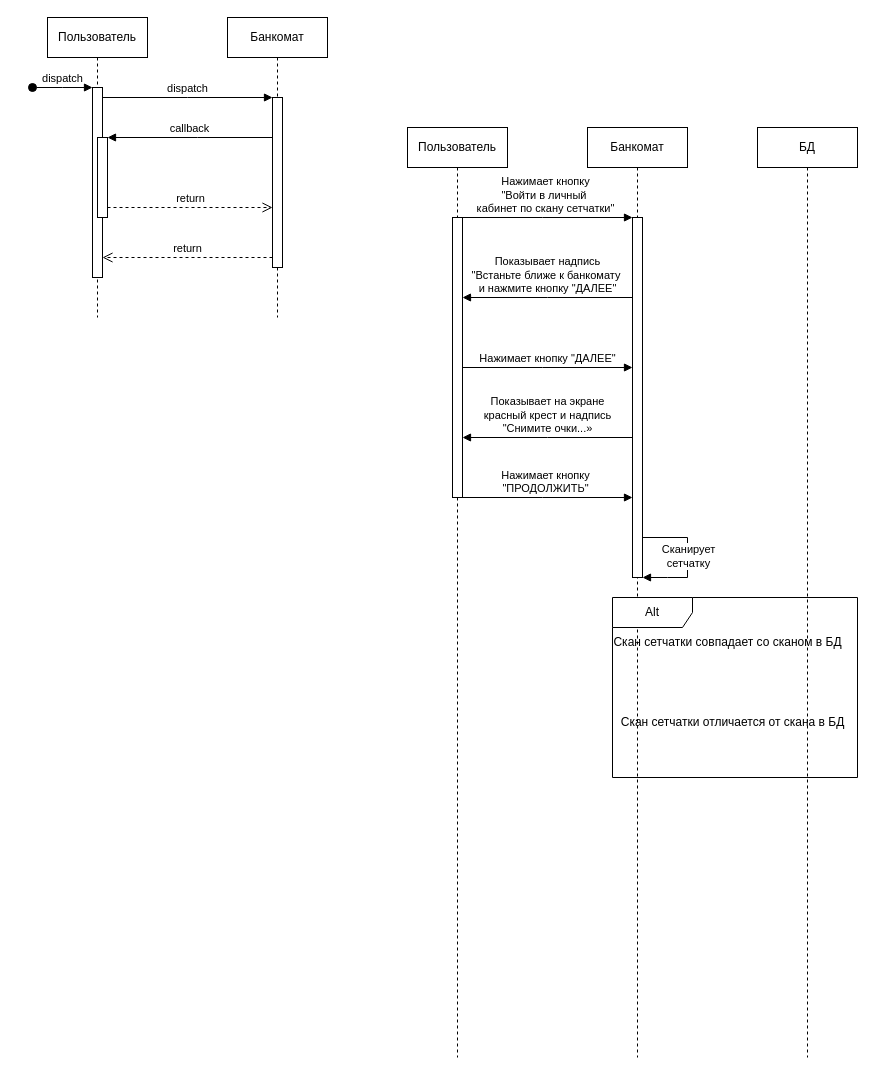
Before: Диаграмма без названия.drawio in Mvsia/datalearn, a draw.io diagram. Source tidied: cells renumbered, new cells numbered last; positions are measured from the earlier drawing's top-left corner, leaving out a move shared by most shapes. Both pictures are drawn from the tidied source at 100%, with x=0, y=0 at pixel (32, 17).
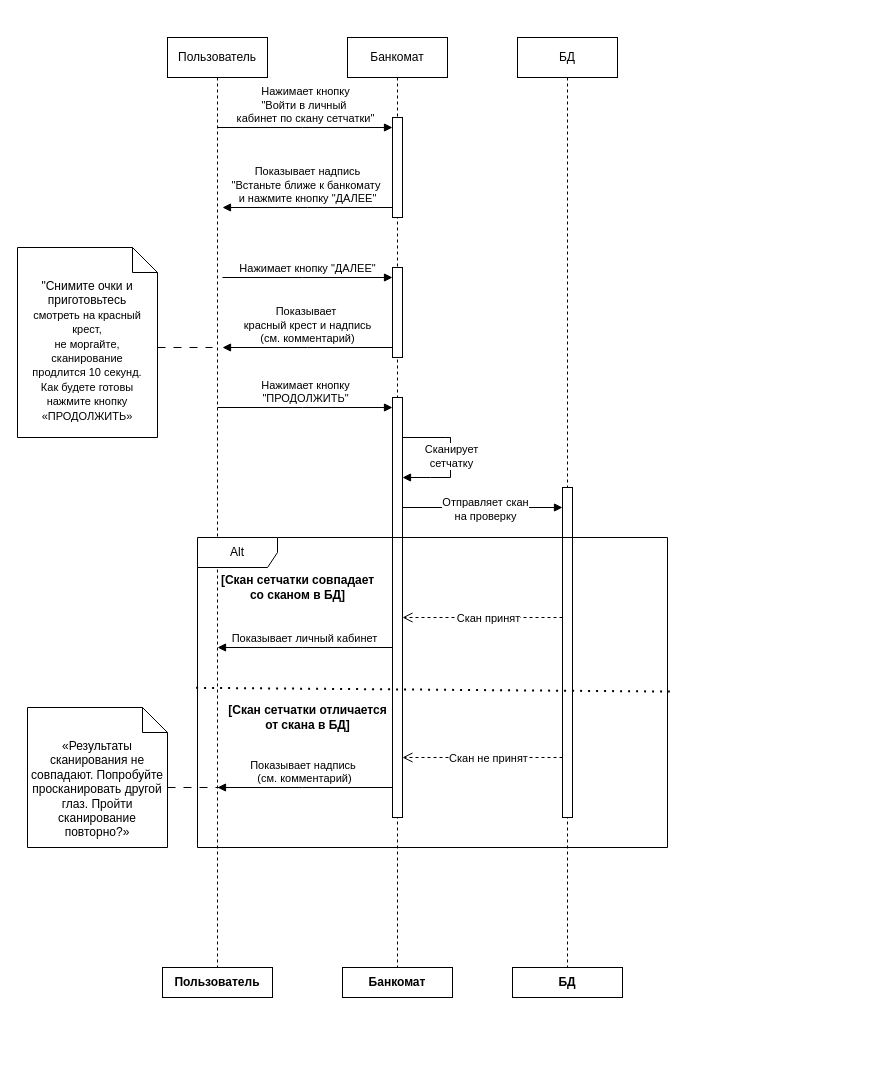
The same page after the edit.

What changed in the source:
```diff
@@
-    <mxCell id="2" value="Пользователь" style="shape=umlLifeline;perimeter=lifelinePerimeter;whiteSpace=wrap;html=1;newEdgeStyle={&quot;edgeStyle&quot;:&quot;elbowEdgeStyle&quot;,&quot;elbow&quot;:&quot;vertical&quot;,&quot;curved&quot;:0,&quot;rounded&quot;:0};" parent="1" vertex="1">
-      <mxGeometry x="15" width="100" height="300" as="geometry" />
-    </mxCell>
-    <mxCell id="3" style="html=1;points=[];perimeter=orthogonalPerimeter;outlineConnect=0;targetShapes=umlLifeline;portConstraint=eastwest;newEdgeStyle={&quot;edgeStyle&quot;:&quot;elbowEdgeStyle&quot;,&quot;elbow&quot;:&quot;vertical&quot;,&quot;curved&quot;:0,&quot;rounded&quot;:0};" parent="2" vertex="1">
-      <mxGeometry x="45" y="70" width="10" height="190" as="geometry" />
-    </mxCell>
-    <mxCell id="4" value="dispatch" style="html=1;verticalAlign=bottom;startArrow=oval;endArrow=block;startSize=8;edgeStyle=elbowEdgeStyle;elbow=vertical;curved=0;rounded=0;" parent="2" edge="1" target="3">
-      <mxGeometry relative="1" as="geometry">
-        <mxPoint x="-15" y="70" as="sourcePoint" />
-      </mxGeometry>
-    </mxCell>
-    <mxCell id="5" style="html=1;points=[];perimeter=orthogonalPerimeter;outlineConnect=0;targetShapes=umlLifeline;portConstraint=eastwest;newEdgeStyle={&quot;edgeStyle&quot;:&quot;elbowEdgeStyle&quot;,&quot;elbow&quot;:&quot;vertical&quot;,&quot;curved&quot;:0,&quot;rounded&quot;:0};" parent="2" vertex="1">
-      <mxGeometry x="50" y="120" width="10" height="80" as="geometry" />
-    </mxCell>
-    <mxCell id="6" value="Банкомат" style="shape=umlLifeline;perimeter=lifelinePerimeter;whiteSpace=wrap;html=1;newEdgeStyle={&quot;edgeStyle&quot;:&quot;elbowEdgeStyle&quot;,&quot;elbow&quot;:&quot;vertical&quot;,&quot;curved&quot;:0,&quot;rounded&quot;:0};" parent="1" vertex="1">
-      <mxGeometry x="195" width="100" height="300" as="geometry" />
-    </mxCell>
-    <mxCell id="7" style="html=1;points=[];perimeter=orthogonalPerimeter;outlineConnect=0;targetShapes=umlLifeline;portConstraint=eastwest;newEdgeStyle={&quot;edgeStyle&quot;:&quot;elbowEdgeStyle&quot;,&quot;elbow&quot;:&quot;vertical&quot;,&quot;curved&quot;:0,&quot;rounded&quot;:0};" parent="6" vertex="1">
-      <mxGeometry x="45" y="80" width="10" height="170" as="geometry" />
-    </mxCell>
-    <mxCell id="8" value="dispatch" style="html=1;verticalAlign=bottom;endArrow=block;edgeStyle=elbowEdgeStyle;elbow=vertical;curved=0;rounded=0;" parent="1" edge="1" source="3" target="7">
-      <mxGeometry relative="1" as="geometry">
-        <Array as="points">
-          <mxPoint x="155" y="80" />
-        </Array>
-      </mxGeometry>
-    </mxCell>
-    <mxCell id="9" value="return" style="html=1;verticalAlign=bottom;endArrow=open;dashed=1;endSize=8;edgeStyle=elbowEdgeStyle;elbow=vertical;curved=0;rounded=0;" parent="1" edge="1" source="7" target="3">
-      <mxGeometry relative="1" as="geometry">
-        <Array as="points">
-          <mxPoint x="165" y="240" />
-        </Array>
-      </mxGeometry>
-    </mxCell>
-    <mxCell id="10" value="callback" style="html=1;verticalAlign=bottom;endArrow=block;edgeStyle=elbowEdgeStyle;elbow=vertical;curved=0;rounded=0;" parent="1" edge="1" source="7" target="5">
-      <mxGeometry relative="1" as="geometry">
-        <Array as="points">
-          <mxPoint x="165" y="120" />
-        </Array>
-      </mxGeometry>
-    </mxCell>
-    <mxCell id="11" value="return" style="html=1;verticalAlign=bottom;endArrow=open;dashed=1;endSize=8;edgeStyle=elbowEdgeStyle;elbow=vertical;curved=0;rounded=0;" parent="1" edge="1" source="5" target="7">
-      <mxGeometry relative="1" as="geometry">
-        <Array as="points">
-          <mxPoint x="155" y="190" />
-        </Array>
-      </mxGeometry>
-    </mxCell>
     <mxCell id="12" value="Пользователь" style="shape=umlLifeline;perimeter=lifelinePerimeter;whiteSpace=wrap;html=1;newEdgeStyle={&quot;edgeStyle&quot;:&quot;elbowEdgeStyle&quot;,&quot;elbow&quot;:&quot;vertical&quot;,&quot;curved&quot;:0,&quot;rounded&quot;:0};" parent="1" vertex="1">
-      <mxGeometry x="375" y="110" width="100" height="930" as="geometry" />
+      <mxGeometry x="135" y="20" width="100" height="930" as="geometry" />
     </mxCell>
-    <mxCell id="13" style="html=1;points=[[0,0,0,0,5],[0,1,0,0,-5],[1,0,0,0,5],[1,1,0,0,-5]];perimeter=orthogonalPerimeter;outlineConnect=0;targetShapes=umlLifeline;portConstraint=eastwest;newEdgeStyle={&quot;curved&quot;:0,&quot;rounded&quot;:0};" parent="12" vertex="1">
-      <mxGeometry x="45" y="90" width="10" height="280" as="geometry" />
-    </mxCell>
     <mxCell id="14" value="Банкомат" style="shape=umlLifeline;perimeter=lifelinePerimeter;whiteSpace=wrap;html=1;newEdgeStyle={&quot;edgeStyle&quot;:&quot;elbowEdgeStyle&quot;,&quot;elbow&quot;:&quot;vertical&quot;,&quot;curved&quot;:0,&quot;rounded&quot;:0};" parent="1" vertex="1">
-      <mxGeometry x="555" y="110" width="100" height="930" as="geometry" />
+      <mxGeometry x="315" y="20" width="100" height="930" as="geometry" />
     </mxCell>
-    <mxCell id="15" style="html=1;points=[[0,0,0,0,5],[0,1,0,0,-5],[1,0,0,0,5],[1,1,0,0,-5]];perimeter=orthogonalPerimeter;outlineConnect=0;targetShapes=umlLifeline;portConstraint=eastwest;newEdgeStyle={&quot;curved&quot;:0,&quot;rounded&quot;:0};" parent="14" vertex="1">
-      <mxGeometry x="45" y="90" width="10" height="360" as="geometry" />
-    </mxCell>
+    <mxCell id="28" style="html=1;perimeter=orthogonalPerimeter;targetShapes=umlLifeline;newEdgeStyle={&quot;curved&quot;:0,&quot;rounded&quot;:0};" parent="14" vertex="1">
+      <mxGeometry x="45" y="80" width="10" height="100" as="geometry" />
+    </mxCell>
+    <mxCell id="29" style="html=1;perimeter=orthogonalPerimeter;targetShapes=umlLifeline;newEdgeStyle={&quot;curved&quot;:0,&quot;rounded&quot;:0};" parent="14" vertex="1">
+      <mxGeometry x="45" y="230" width="10" height="90" as="geometry" />
+    </mxCell>
+    <mxCell id="30" style="html=1;points=[[0,0,0,0,5],[0,1,0,0,-5],[1,0,0,0,5],[1,1,0,0,-5]];perimeter=orthogonalPerimeter;outlineConnect=0;targetShapes=umlLifeline;portConstraint=eastwest;newEdgeStyle={&quot;curved&quot;:0,&quot;rounded&quot;:0};" parent="14" vertex="1">
+      <mxGeometry x="45" y="360" width="10" height="420" as="geometry" />
+    </mxCell>
-    <mxCell id="16" value="Нажимает кнопку&lt;br&gt;&quot;Войти в личный&amp;nbsp;&lt;br&gt;кабинет по скану сетчатки&quot;" style="html=1;verticalAlign=bottom;endArrow=block;edgeStyle=elbowEdgeStyle;elbow=vertical;curved=0;rounded=0;" parent="1" edge="1" target="15">
+    <mxCell id="16" value="Нажимает кнопку&lt;br&gt;&quot;Войти в личный&amp;nbsp;&lt;br&gt;кабинет по скану сетчатки&quot;" style="html=1;verticalAlign=bottom;endArrow=block;edgeStyle=elbowEdgeStyle;elbow=vertical;curved=0;rounded=0;" parent="1" edge="1">
       <mxGeometry relative="1" as="geometry">
-        <mxPoint x="425" y="200" as="sourcePoint" />
+        <mxPoint x="185" y="110" as="sourcePoint" />
+        <mxPoint x="360" y="110" as="targetPoint" />
         <Array as="points">
-          <mxPoint x="510" y="200" />
+          <mxPoint x="270" y="110" />
         </Array>
       </mxGeometry>
     </mxCell>
-    <mxCell id="17" value="Показывает надпись&lt;br&gt;&quot;Встаньте ближе к банкомату&amp;nbsp;&lt;br&gt;и нажмите кнопку &quot;ДАЛЕЕ&quot;" style="html=1;verticalAlign=bottom;endArrow=block;edgeStyle=elbowEdgeStyle;elbow=vertical;curved=0;rounded=0;" parent="1" edge="1" source="15" target="13">
+    <mxCell id="17" value="Показывает надпись&lt;br&gt;&quot;Встаньте ближе к банкомату&amp;nbsp;&lt;br&gt;и нажмите кнопку &quot;ДАЛЕЕ&quot;" style="html=1;verticalAlign=bottom;endArrow=block;edgeStyle=elbowEdgeStyle;elbow=vertical;curved=0;rounded=0;" parent="1" edge="1">
       <mxGeometry relative="1" as="geometry">
+        <mxPoint x="360" y="190" as="sourcePoint" />
+        <mxPoint x="190" y="190" as="targetPoint" />
         <Array as="points">
-          <mxPoint x="515" y="280" />
+          <mxPoint x="275" y="190" />
         </Array>
       </mxGeometry>
     </mxCell>
-    <mxCell id="18" value="Нажимает кнопку &quot;ДАЛЕЕ&quot;" style="html=1;verticalAlign=bottom;endArrow=block;edgeStyle=elbowEdgeStyle;elbow=vertical;curved=0;rounded=0;" parent="1" edge="1" source="13" target="15">
+    <mxCell id="18" value="Нажимает кнопку &quot;ДАЛЕЕ&quot;" style="html=1;verticalAlign=bottom;endArrow=block;edgeStyle=elbowEdgeStyle;elbow=vertical;curved=0;rounded=0;" parent="1" edge="1">
       <mxGeometry relative="1" as="geometry">
+        <mxPoint x="190" y="260" as="sourcePoint" />
+        <mxPoint x="360" y="260" as="targetPoint" />
         <Array as="points">
-          <mxPoint x="510" y="350" />
+          <mxPoint x="270" y="260" />
         </Array>
       </mxGeometry>
     </mxCell>
-    <mxCell id="19" value="Показывает на экране&lt;br&gt;красный&amp;nbsp;крест и надпись&lt;br&gt;&quot;Снимите очки...»" style="html=1;verticalAlign=bottom;endArrow=block;edgeStyle=elbowEdgeStyle;elbow=vertical;curved=0;rounded=0;" parent="1" edge="1" source="15" target="13">
+    <mxCell id="19" value="Показывает&amp;nbsp;&lt;br&gt;красный&amp;nbsp;крест и надпись&lt;br&gt;(см. комментарий)" style="html=1;verticalAlign=bottom;endArrow=block;edgeStyle=elbowEdgeStyle;elbow=vertical;curved=0;rounded=0;" parent="1" edge="1">
       <mxGeometry relative="1" as="geometry">
+        <mxPoint x="360" y="330" as="sourcePoint" />
+        <mxPoint x="190" y="330" as="targetPoint" />
         <Array as="points">
-          <mxPoint x="515" y="420" />
+          <mxPoint x="275" y="330" />
         </Array>
       </mxGeometry>
     </mxCell>
-    <mxCell id="20" value="Нажимает кнопку&lt;br&gt;&quot;ПРОДОЛЖИТЬ&quot;" style="html=1;verticalAlign=bottom;endArrow=block;edgeStyle=elbowEdgeStyle;elbow=vertical;curved=0;rounded=0;" parent="1" edge="1" target="15">
+    <mxCell id="20" value="Нажимает кнопку&lt;br&gt;&quot;ПРОДОЛЖИТЬ&quot;" style="html=1;verticalAlign=bottom;endArrow=block;edgeStyle=elbowEdgeStyle;elbow=vertical;curved=0;rounded=0;" parent="1" edge="1">
       <mxGeometry relative="1" as="geometry">
-        <mxPoint x="425" y="480" as="sourcePoint" />
+        <mxPoint x="185" y="390" as="sourcePoint" />
+        <mxPoint x="360" y="390" as="targetPoint" />
         <Array as="points">
-          <mxPoint x="510" y="480" />
+          <mxPoint x="270" y="390" />
         </Array>
       </mxGeometry>
     </mxCell>
-    <mxCell id="21" style="endArrow=none;html=1;rounded=0;" parent="1" edge="1" source="15">
+    <mxCell id="21" style="endArrow=none;html=1;rounded=0;" parent="1" edge="1">
       <mxGeometry relative="1" as="geometry">
-        <mxPoint x="655" y="520" as="targetPoint" />
+        <mxPoint x="370" y="420" as="sourcePoint" />
+        <mxPoint x="413" y="420" as="targetPoint" />
         <Array as="points">
-          <mxPoint x="655" y="520" />
+          <mxPoint x="413" y="420" />
+          <mxPoint x="418" y="420" />
         </Array>
       </mxGeometry>
     </mxCell>
-    <mxCell id="22" style="endArrow=none;html=1;rounded=0;startArrow=block;startFill=1;" parent="1" edge="1" source="15">
+    <mxCell id="22" style="endArrow=none;html=1;rounded=0;startArrow=block;startFill=1;" parent="1" edge="1">
       <mxGeometry relative="1" as="geometry">
-        <mxPoint x="655" y="520" as="targetPoint" />
+        <mxPoint x="370" y="460" as="sourcePoint" />
+        <mxPoint x="418" y="420" as="targetPoint" />
         <Array as="points">
-          <mxPoint x="635" y="560" />
-          <mxPoint x="655" y="560" />
+          <mxPoint x="398" y="460" />
+          <mxPoint x="418" y="460" />
         </Array>
       </mxGeometry>
     </mxCell>
@@
     <mxCell id="24" value="БД" style="shape=umlLifeline;perimeter=lifelinePerimeter;whiteSpace=wrap;html=1;newEdgeStyle={&quot;edgeStyle&quot;:&quot;elbowEdgeStyle&quot;,&quot;elbow&quot;:&quot;vertical&quot;,&quot;curved&quot;:0,&quot;rounded&quot;:0};" parent="1" vertex="1">
-      <mxGeometry x="725" y="110" width="100" height="930" as="geometry" />
+      <mxGeometry x="485" y="20" width="100" height="930" as="geometry" />
     </mxCell>
+    <mxCell id="31" style="html=1;points=[[0,0,0,0,5],[0,1,0,0,-5],[1,0,0,0,5],[1,1,0,0,-5]];perimeter=orthogonalPerimeter;outlineConnect=0;targetShapes=umlLifeline;portConstraint=eastwest;newEdgeStyle={&quot;curved&quot;:0,&quot;rounded&quot;:0};" parent="24" vertex="1">
+      <mxGeometry x="45" y="450" width="10" height="330" as="geometry" />
+    </mxCell>
+    <mxCell id="32" value="&quot;Снимите очки и приготовьтесь&lt;br style=&quot;border-color: var(--border-color); font-size: 11px;&quot;&gt;&lt;span style=&quot;font-size: 11px; background-color: rgb(255, 255, 255);&quot;&gt;смотреть на красный крест,&lt;/span&gt;&lt;br style=&quot;border-color: var(--border-color); font-size: 11px;&quot;&gt;&lt;span style=&quot;font-size: 11px; background-color: rgb(255, 255, 255);&quot;&gt;не моргайте, сканирование&lt;/span&gt;&lt;br style=&quot;border-color: var(--border-color); font-size: 11px;&quot;&gt;&lt;span style=&quot;font-size: 11px; background-color: rgb(255, 255, 255);&quot;&gt;продлится 10 секунд.&lt;/span&gt;&lt;br style=&quot;border-color: var(--border-color); font-size: 11px;&quot;&gt;&lt;span style=&quot;font-size: 11px; background-color: rgb(255, 255, 255);&quot;&gt;Как будете готовы&lt;/span&gt;&lt;br style=&quot;border-color: var(--border-color); font-size: 11px;&quot;&gt;&lt;span style=&quot;font-size: 11px; background-color: rgb(255, 255, 255);&quot;&gt;нажмите кнопку&lt;/span&gt;&lt;br style=&quot;border-color: var(--border-color); font-size: 11px;&quot;&gt;&lt;span style=&quot;font-size: 11px; background-color: rgb(255, 255, 255);&quot;&gt;«ПРОДОЛЖИТЬ»&lt;/span&gt;" style="shape=note2;boundedLbl=1;whiteSpace=wrap;html=1;size=25;verticalAlign=top;align=center;" parent="1" vertex="1">
+      <mxGeometry x="-15" y="230" width="140" height="190" as="geometry" />
+    </mxCell>
+    <mxCell id="33" style="endArrow=none;html=1;rounded=0;dashed=1;dashPattern=8 8;" parent="1" edge="1">
+      <mxGeometry relative="1" as="geometry">
+        <mxPoint x="125" y="330" as="sourcePoint" />
+        <mxPoint x="180" y="330" as="targetPoint" />
+      </mxGeometry>
+    </mxCell>
+    <mxCell id="34" style="endArrow=block;html=1;rounded=0;curved=0;endFill=1;" parent="1" edge="1" target="31">
+      <mxGeometry relative="1" as="geometry">
+        <mxPoint x="370" y="490" as="sourcePoint" />
+      </mxGeometry>
+    </mxCell>
+    <mxCell id="35" value="Отправляет скан&lt;br&gt;на проверку" style="edgeLabel;html=1;align=center;verticalAlign=middle;" parent="34" vertex="1">
+      <mxGeometry x="0.03" y="-1" relative="1" as="geometry" />
+    </mxCell>
     <mxCell id="25" value="Alt" style="shape=umlFrame;whiteSpace=wrap;html=1;width=80;height=30;" parent="1" vertex="1">
-      <mxGeometry x="580" y="580" width="245" height="180" as="geometry" />
+      <mxGeometry x="165" y="520" width="470" height="310" as="geometry" />
     </mxCell>
-    <mxCell id="26" value="Скан сетчатки совпадает со сканом в БД" style="text;html=1;align=center;verticalAlign=middle;strokeColor=none;fillColor=none;" parent="25" vertex="1">
-      <mxGeometry x="-10" y="30" width="250" height="30" as="geometry" />
+    <mxCell id="26" value="&lt;b&gt;[Скан сетчатки совпадает&lt;br&gt;со сканом в БД]&lt;/b&gt;" style="text;html=1;align=center;verticalAlign=middle;strokeColor=none;fillColor=none;" parent="25" vertex="1">
+      <mxGeometry x="10" y="30" width="180" height="40" as="geometry" />
     </mxCell>
-    <mxCell id="27" value="Скан сетчатки отличается от скана в БД" style="text;html=1;align=center;verticalAlign=middle;strokeColor=none;fillColor=none;" parent="25" vertex="1">
-      <mxGeometry x="-5" y="110" width="250" height="30" as="geometry" />
+    <mxCell id="27" value="&lt;b&gt;[Скан сетчатки отличается&lt;br&gt;от скана в БД]&lt;/b&gt;" style="text;html=1;align=center;verticalAlign=middle;strokeColor=none;fillColor=none;" parent="25" vertex="1">
+      <mxGeometry x="20" y="160" width="180" height="40" as="geometry" />
     </mxCell>
+    <mxCell id="36" style="endArrow=open;startArrow=none;endFill=0;startFill=0;endSize=8;html=1;verticalAlign=bottom;dashed=1;labelBackgroundColor=none;rounded=0;" parent="25" edge="1">
+      <mxGeometry relative="1" as="geometry">
+        <mxPoint x="365" y="220" as="sourcePoint" />
+        <mxPoint x="205" y="220" as="targetPoint" />
+      </mxGeometry>
+    </mxCell>
+    <mxCell id="37" value="Скан не принят" style="edgeLabel;html=1;align=center;verticalAlign=middle;" parent="36" vertex="1">
+      <mxGeometry x="-0.06" relative="1" as="geometry" />
+    </mxCell>
+    <mxCell id="38" style="endArrow=open;startArrow=none;endFill=0;startFill=0;endSize=8;html=1;verticalAlign=bottom;dashed=1;labelBackgroundColor=none;rounded=0;exitX=0.5;exitY=0.333;exitDx=0;exitDy=0;exitPerimeter=0;" parent="25" edge="1" target="30">
+      <mxGeometry relative="1" as="geometry">
+        <mxPoint x="365" y="80" as="sourcePoint" />
+      </mxGeometry>
+    </mxCell>
+    <mxCell id="39" value="Скан принят" style="edgeLabel;html=1;align=center;verticalAlign=middle;" parent="38" vertex="1">
+      <mxGeometry x="-0.06" relative="1" as="geometry" />
+    </mxCell>
+    <mxCell id="40" value="Показывает личный кабинет" style="html=1;verticalAlign=bottom;endArrow=block;edgeStyle=elbowEdgeStyle;elbow=vertical;curved=0;rounded=0;" parent="25" edge="1">
+      <mxGeometry relative="1" as="geometry">
+        <mxPoint x="195" y="110" as="sourcePoint" />
+        <mxPoint x="20" y="110" as="targetPoint" />
+        <Array as="points">
+          <mxPoint x="105" y="110" />
+        </Array>
+      </mxGeometry>
+    </mxCell>
+    <mxCell id="41" style="endArrow=none;dashed=1;html=1;dashPattern=1 3;strokeWidth=2;rounded=0;entryX=1.005;entryY=0.497;entryDx=0;entryDy=0;entryPerimeter=0;exitX=-0.003;exitY=0.485;exitDx=0;exitDy=0;exitPerimeter=0;" parent="1" edge="1" source="25" target="25">
+      <mxGeometry relative="1" as="geometry" />
+    </mxCell>
+    <mxCell id="42" value="Показывает надпись&amp;nbsp;&lt;br&gt;(см. комментарий)" style="html=1;verticalAlign=bottom;endArrow=block;edgeStyle=elbowEdgeStyle;elbow=vertical;curved=0;rounded=0;" parent="1" edge="1">
+      <mxGeometry relative="1" as="geometry">
+        <mxPoint x="360" y="770" as="sourcePoint" />
+        <mxPoint x="185" y="770" as="targetPoint" />
+        <Array as="points">
+          <mxPoint x="270" y="770" />
+        </Array>
+      </mxGeometry>
+    </mxCell>
+    <mxCell id="43" value="«Результаты&lt;br/&gt;сканирования не совпадают. Попробуйте просканировать другой глаз. Пройти&lt;br/&gt;сканирование повторно?»" style="shape=note2;boundedLbl=1;whiteSpace=wrap;html=1;size=25;verticalAlign=top;align=center;" parent="1" vertex="1">
+      <mxGeometry x="-5" y="690" width="140" height="140" as="geometry" />
+    </mxCell>
+    <mxCell id="44" style="endArrow=none;html=1;rounded=0;dashed=1;dashPattern=8 8;" parent="1" edge="1">
+      <mxGeometry relative="1" as="geometry">
+        <mxPoint x="135" y="770" as="sourcePoint" />
+        <mxPoint x="190" y="770" as="targetPoint" />
+      </mxGeometry>
+    </mxCell>
+    <mxCell id="2" value="Пользователь" style="fontStyle=1;whiteSpace=wrap;html=1;" parent="1" vertex="1">
+      <mxGeometry x="130" y="950" width="110" height="30" as="geometry" />
+    </mxCell>
+    <mxCell id="6" value="Банкомат" style="fontStyle=1;whiteSpace=wrap;html=1;" parent="1" vertex="1">
+      <mxGeometry x="310" y="950" width="110" height="30" as="geometry" />
+    </mxCell>
+    <mxCell id="45" value="БД" style="fontStyle=1;whiteSpace=wrap;html=1;" parent="1" vertex="1">
+      <mxGeometry x="480" y="950" width="110" height="30" as="geometry" />
+    </mxCell>
```
